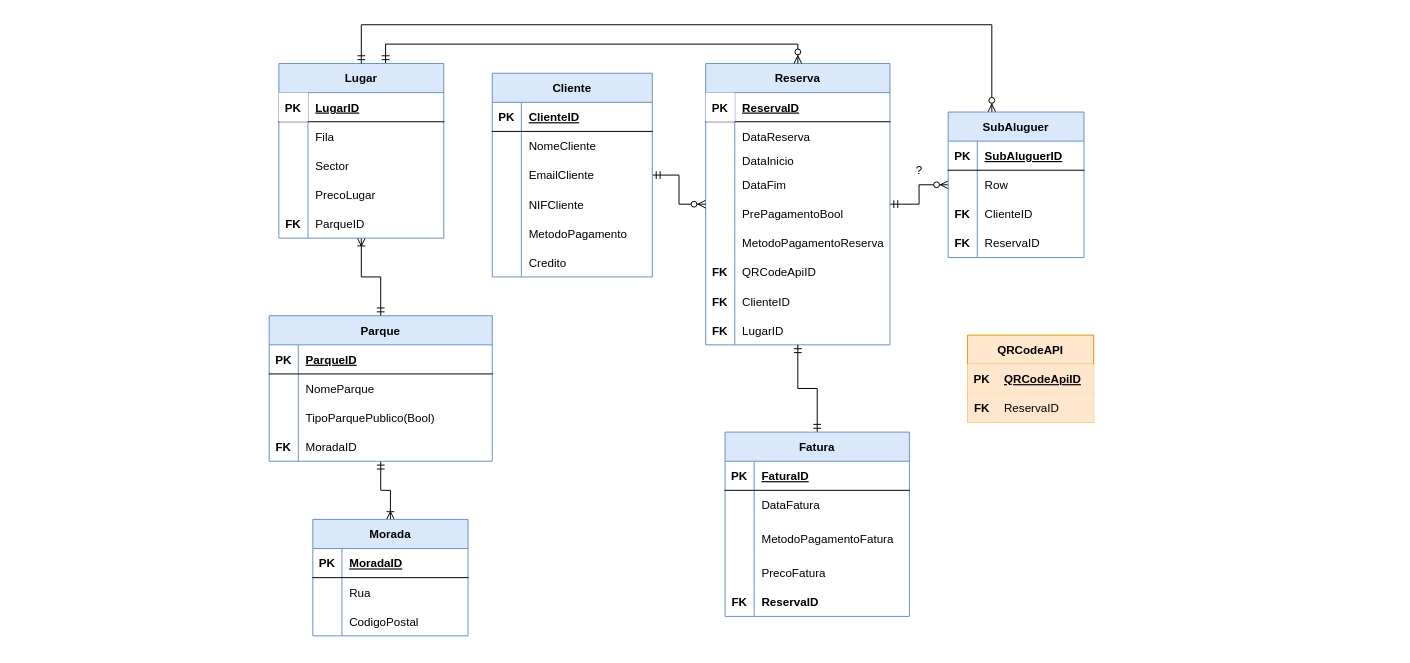
Earlier version of the draw.io diagram ERSmartParking.drawio (PauloTor/UPskillDOTNET). Source tidied: cells renumbered, new cells numbered last; positions are measured from the earlier drawing's top-left corner, leaving out a move shared by most shapes. Both pictures are drawn from the tidied source at 97%, with x=0, y=0 at pixel (269, 24).
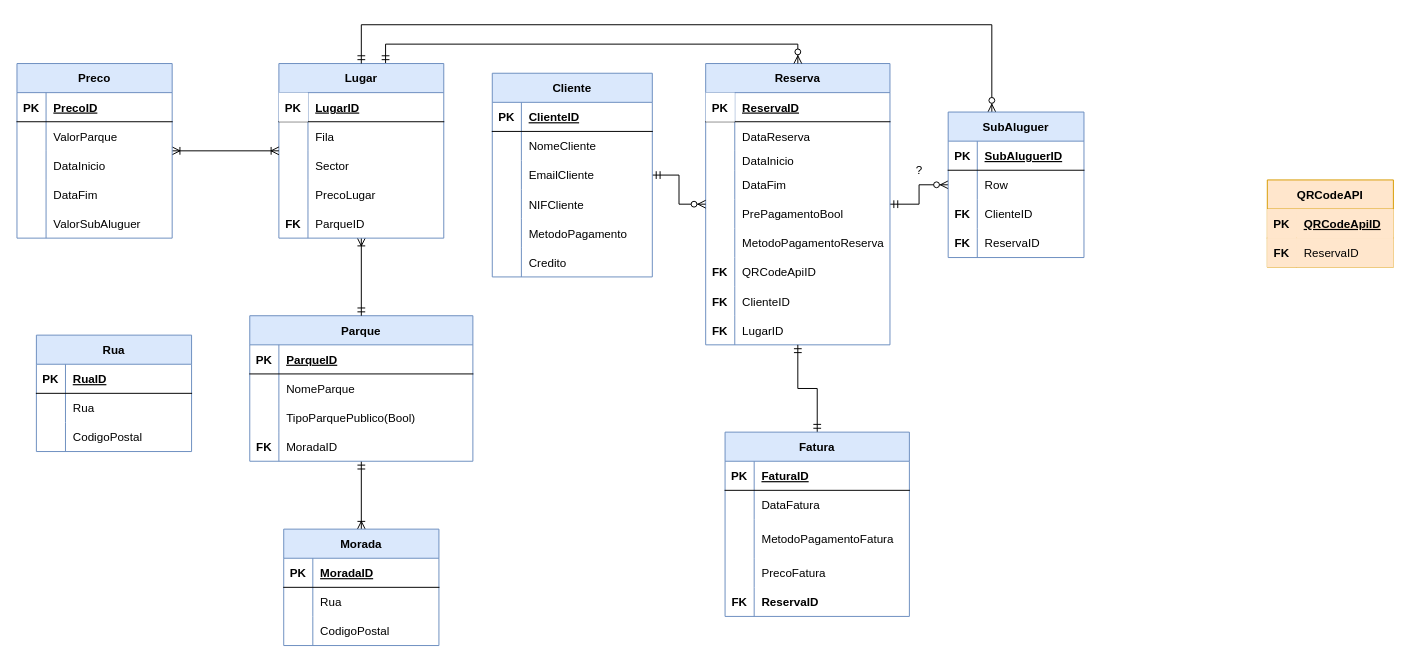
The same diagram, later.

Commit message:
Modelo relacional

The change refers to these unchanged cells:
```xml
<mxCell id="47" value="Lugar" style="shape=table;startSize=30;childLayout=tableLayout;rowLines=0;fontStyle=1;align=center;fillColor=#dae8fc;strokeColor=#6c8ebf;" parent="1" vertex="1">
  <mxGeometry x="10" y="40" width="170" height="180" as="geometry" />
</mxCell>
```

Diff of the diagram source:
```diff
@@
     <mxCell id="32" value="Parque" style="shape=table;startSize=30;childLayout=tableLayout;rowLines=0;fontStyle=1;align=center;fillColor=#dae8fc;strokeColor=#6c8ebf;" parent="1" vertex="1">
-      <mxGeometry y="300" width="230" height="150" as="geometry" />
+      <mxGeometry x="-20" y="300" width="230" height="150" as="geometry" />
     </mxCell>
@@
     <mxCell id="100" value="Morada" style="shape=table;startSize=30;childLayout=tableLayout;rowLines=0;fontStyle=1;align=center;fillColor=#dae8fc;strokeColor=#6c8ebf;" parent="1" vertex="1">
-      <mxGeometry x="45" y="510" width="160" height="120" as="geometry" />
+      <mxGeometry x="15" y="520" width="160" height="120" as="geometry" />
     </mxCell>
@@
     <mxCell id="124" value="QRCodeAPI" style="shape=table;startSize=30;childLayout=tableLayout;rowLines=0;fontStyle=1;align=center;fillColor=#ffe6cc;strokeColor=#d79b00;" parent="1" vertex="1">
-      <mxGeometry x="720" y="320" width="130" height="90" as="geometry" />
+      <mxGeometry x="1029" y="160" width="130" height="90" as="geometry" />
     </mxCell>
@@
+    <mxCell id="132" style="edgeStyle=orthogonalEdgeStyle;rounded=0;jettySize=auto;html=1;startArrow=ERoneToMany;startFill=0;endArrow=ERoneToMany;endFill=0;" parent="1" edge="1" source="133" target="47">
+      <mxGeometry relative="1" as="geometry" />
+    </mxCell>
+    <mxCell id="133" value="Preco" style="shape=table;startSize=30;childLayout=tableLayout;rowLines=0;fontStyle=1;align=center;fillColor=#dae8fc;strokeColor=#6c8ebf;" parent="1" vertex="1">
+      <mxGeometry x="-260" y="40" width="160" height="180" as="geometry" />
+    </mxCell>
+    <mxCell id="134" style="shape=partialRectangle;fillColor=none;top=0;left=0;right=0;bottom=1;" parent="133" vertex="1">
+      <mxGeometry y="30" width="160" height="30" as="geometry" />
+    </mxCell>
+    <mxCell id="135" value="PK" style="shape=partialRectangle;overflow=hidden;fillColor=none;top=0;left=0;bottom=0;right=0;fontStyle=1;" parent="134" vertex="1">
+      <mxGeometry width="30" height="30" as="geometry" />
+    </mxCell>
+    <mxCell id="136" value="PrecoID" style="shape=partialRectangle;overflow=hidden;fillColor=none;top=0;left=0;bottom=0;right=0;align=left;spacingLeft=6;fontStyle=5;" parent="134" vertex="1">
+      <mxGeometry x="30" width="130" height="30" as="geometry" />
+    </mxCell>
+    <mxCell id="137" style="shape=partialRectangle;fillColor=none;top=0;left=0;bottom=0;right=0;" parent="133" vertex="1">
+      <mxGeometry y="60" width="160" height="30" as="geometry" />
+    </mxCell>
+    <mxCell id="138" style="shape=partialRectangle;fillColor=none;top=0;left=0;bottom=0;right=0;overflow=hidden;" parent="137" vertex="1">
+      <mxGeometry width="30" height="30" as="geometry" />
+    </mxCell>
+    <mxCell id="139" value="ValorParque" style="shape=partialRectangle;fillColor=none;top=0;left=0;bottom=0;right=0;align=left;spacingLeft=6;overflow=hidden;" parent="137" vertex="1">
+      <mxGeometry x="30" width="130" height="30" as="geometry" />
+    </mxCell>
+    <mxCell id="140" style="shape=partialRectangle;fillColor=none;top=0;left=0;bottom=0;right=0;" parent="133" vertex="1">
+      <mxGeometry y="90" width="160" height="30" as="geometry" />
+    </mxCell>
+    <mxCell id="141" style="shape=partialRectangle;fillColor=none;top=0;left=0;bottom=0;right=0;overflow=hidden;" parent="140" vertex="1">
+      <mxGeometry width="30" height="30" as="geometry" />
+    </mxCell>
+    <mxCell id="142" value="DataInicio" style="shape=partialRectangle;fillColor=none;top=0;left=0;bottom=0;right=0;align=left;spacingLeft=6;overflow=hidden;" parent="140" vertex="1">
+      <mxGeometry x="30" width="130" height="30" as="geometry" />
+    </mxCell>
+    <mxCell id="143" style="shape=partialRectangle;fillColor=none;top=0;left=0;bottom=0;right=0;" parent="133" vertex="1">
+      <mxGeometry y="120" width="160" height="30" as="geometry" />
+    </mxCell>
+    <mxCell id="144" style="shape=partialRectangle;fillColor=none;top=0;left=0;bottom=0;right=0;overflow=hidden;" parent="143" vertex="1">
+      <mxGeometry width="30" height="30" as="geometry" />
+    </mxCell>
+    <mxCell id="145" value="DataFim" style="shape=partialRectangle;fillColor=none;top=0;left=0;bottom=0;right=0;align=left;spacingLeft=6;overflow=hidden;" parent="143" vertex="1">
+      <mxGeometry x="30" width="130" height="30" as="geometry" />
+    </mxCell>
+    <mxCell id="146" style="shape=partialRectangle;fillColor=none;top=0;left=0;bottom=0;right=0;" parent="133" vertex="1">
+      <mxGeometry y="150" width="160" height="30" as="geometry" />
+    </mxCell>
+    <mxCell id="147" style="shape=partialRectangle;fillColor=none;top=0;left=0;bottom=0;right=0;overflow=hidden;" parent="146" vertex="1">
+      <mxGeometry width="30" height="30" as="geometry" />
+    </mxCell>
+    <mxCell id="148" value="ValorSubAluguer" style="shape=partialRectangle;fillColor=none;top=0;left=0;bottom=0;right=0;align=left;spacingLeft=6;overflow=hidden;" parent="146" vertex="1">
+      <mxGeometry x="30" width="130" height="30" as="geometry" />
+    </mxCell>
+    <mxCell id="149" value="Rua" style="shape=table;startSize=30;childLayout=tableLayout;rowLines=0;fontStyle=1;align=center;fillColor=#dae8fc;strokeColor=#6c8ebf;" parent="1" vertex="1">
+      <mxGeometry x="-240" y="320" width="160" height="120" as="geometry" />
+    </mxCell>
+    <mxCell id="150" style="shape=partialRectangle;fillColor=none;top=0;left=0;right=0;bottom=1;" parent="149" vertex="1">
+      <mxGeometry y="30" width="160" height="30" as="geometry" />
+    </mxCell>
+    <mxCell id="151" value="PK" style="shape=partialRectangle;overflow=hidden;fillColor=none;top=0;left=0;bottom=0;right=0;fontStyle=1;" parent="150" vertex="1">
+      <mxGeometry width="30" height="30" as="geometry" />
+    </mxCell>
+    <mxCell id="152" value="RuaID" style="shape=partialRectangle;overflow=hidden;fillColor=none;top=0;left=0;bottom=0;right=0;align=left;spacingLeft=6;fontStyle=5;" parent="150" vertex="1">
+      <mxGeometry x="30" width="130" height="30" as="geometry" />
+    </mxCell>
+    <mxCell id="153" style="shape=partialRectangle;fillColor=none;top=0;left=0;bottom=0;right=0;" parent="149" vertex="1">
+      <mxGeometry y="60" width="160" height="30" as="geometry" />
+    </mxCell>
+    <mxCell id="154" style="shape=partialRectangle;fillColor=none;top=0;left=0;bottom=0;right=0;overflow=hidden;" parent="153" vertex="1">
+      <mxGeometry width="30" height="30" as="geometry" />
+    </mxCell>
+    <mxCell id="155" value="Rua" style="shape=partialRectangle;fillColor=none;top=0;left=0;bottom=0;right=0;align=left;spacingLeft=6;overflow=hidden;" parent="153" vertex="1">
+      <mxGeometry x="30" width="130" height="30" as="geometry" />
+    </mxCell>
+    <mxCell id="156" style="shape=partialRectangle;fillColor=none;top=0;left=0;bottom=0;right=0;" parent="149" vertex="1">
+      <mxGeometry y="90" width="160" height="30" as="geometry" />
+    </mxCell>
+    <mxCell id="157" style="shape=partialRectangle;fillColor=none;top=0;left=0;bottom=0;right=0;overflow=hidden;" parent="156" vertex="1">
+      <mxGeometry width="30" height="30" as="geometry" />
+    </mxCell>
+    <mxCell id="158" value="CodigoPostal" style="shape=partialRectangle;fillColor=none;top=0;left=0;bottom=0;right=0;align=left;spacingLeft=6;overflow=hidden;" parent="156" vertex="1">
+      <mxGeometry x="30" width="130" height="30" as="geometry" />
+    </mxCell>
```
